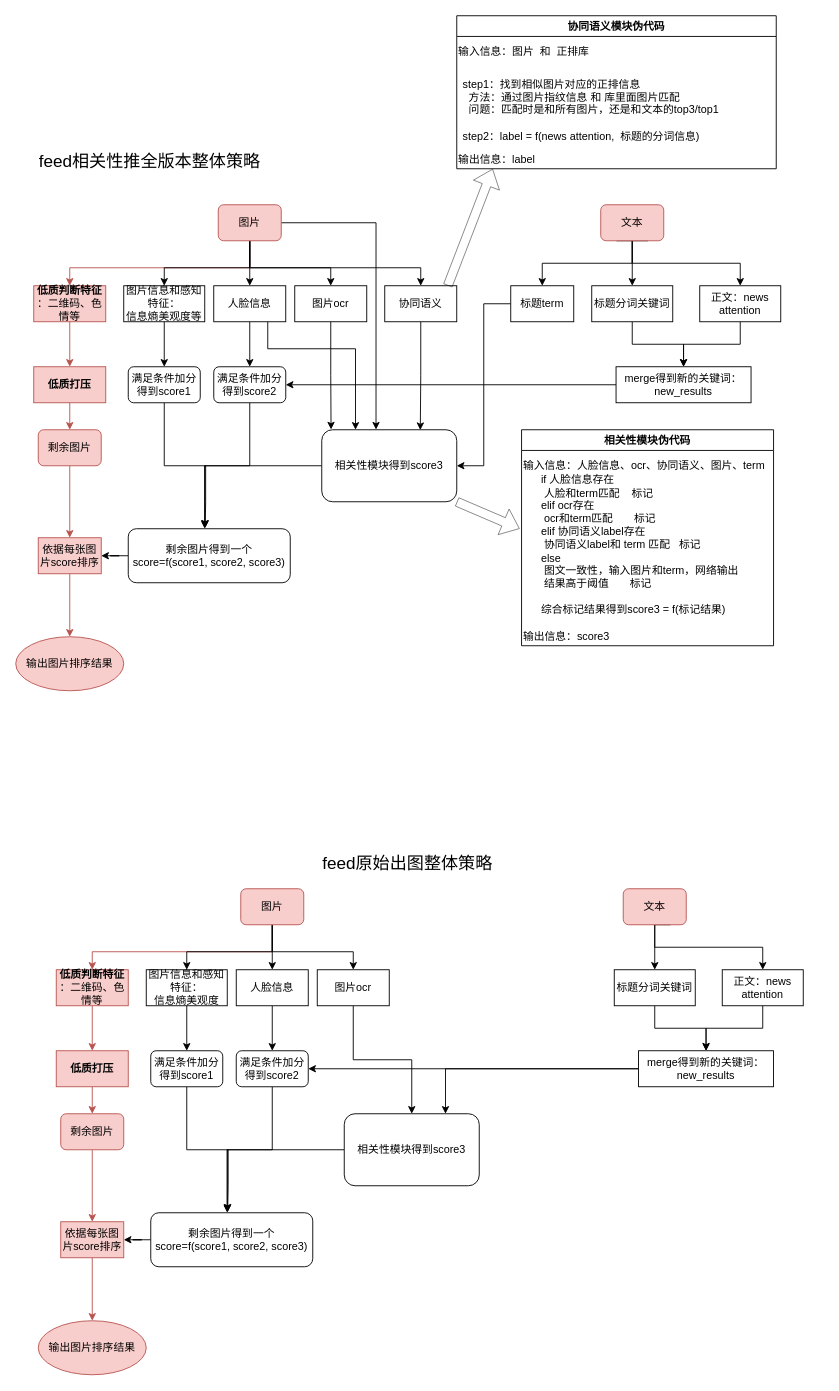
Above: feed出图.drawio in 2018liuyan/one (draw.io), before the change. Source tidied: cells renumbered, new cells numbered last; positions are measured from the earlier drawing's top-left corner, leaving out a move shared by most shapes. Both pictures are drawn from the tidied source at 90%, with x=0, y=0 at pixel (15, 15).
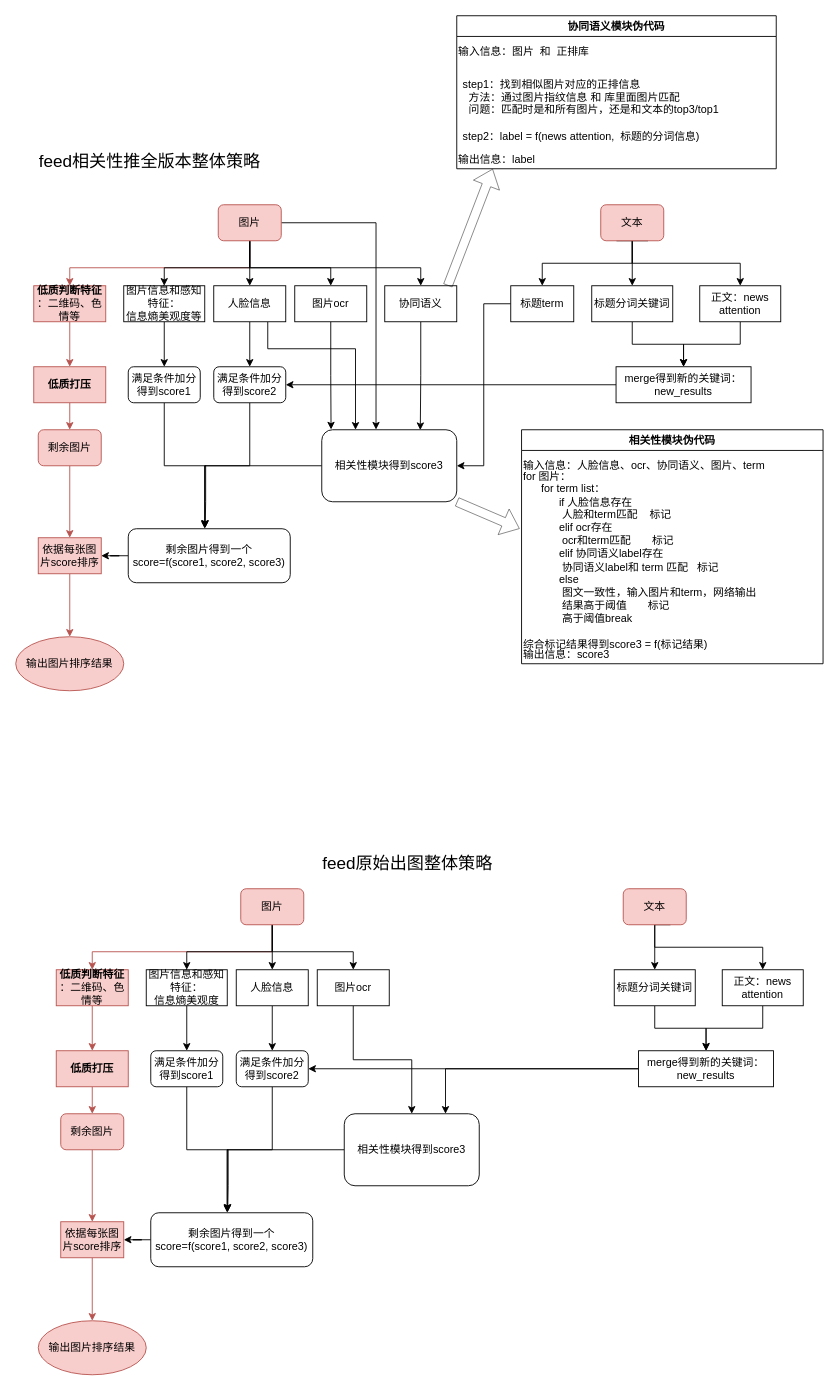
Above is the later version.

The edit, as a diff of the source:
```diff
@@
     <mxCell id="48" value="相关性模块伪代码" style="swimlane;align=center;" parent="1" vertex="1">
-      <mxGeometry x="562" y="460" width="280" height="240" as="geometry" />
+      <mxGeometry x="562" y="460" width="335" height="260" as="geometry" />
     </mxCell>
-    <mxCell id="49" value="if 人脸信息存在&lt;br&gt;&lt;span style=&quot;white-space: pre&quot;&gt; &lt;/span&gt;人脸和term匹配&amp;nbsp; &amp;nbsp; 标记&lt;br&gt;elif ocr存在&lt;br&gt;&lt;span style=&quot;white-space: pre&quot;&gt; &lt;/span&gt;ocr和term匹配&amp;nbsp; &amp;nbsp; &amp;nbsp; &amp;nbsp;标记&lt;br&gt;elif 协同语义label存在&lt;br&gt;&lt;span style=&quot;white-space: pre&quot;&gt; &lt;/span&gt;协同语义label和 term 匹配&amp;nbsp; &amp;nbsp;标记&lt;br&gt;else&lt;br&gt;&lt;span style=&quot;white-space: pre&quot;&gt; &lt;/span&gt;图文一致性，输入图片和term，网络输出&lt;br&gt;&lt;span style=&quot;white-space: pre&quot;&gt; &lt;/span&gt;结果高于阈值&amp;nbsp; &amp;nbsp; &amp;nbsp; &amp;nbsp;标记&lt;br&gt;&lt;br&gt;综合标记结果得到score3 = f(标记结果)&lt;br&gt;&amp;nbsp;&amp;nbsp;" style="text;html=1;align=left;verticalAlign=middle;strokeColor=none;fillColor=none;" parent="48" vertex="1">
-      <mxGeometry x="20" y="50" width="260" height="170" as="geometry" />
+    <mxCell id="49" value="for 图片：&lt;br&gt;&lt;span&gt;&lt;/span&gt;&amp;nbsp; &amp;nbsp; &amp;nbsp; for term list：&lt;br&gt;&lt;blockquote style=&quot;margin: 0 0 0 40px ; border: none ; padding: 0px&quot;&gt;if 人脸信息存在&lt;br&gt;&lt;span&gt; &lt;span&gt; &lt;/span&gt;&lt;/span&gt;&lt;span style=&quot;white-space: pre&quot;&gt; &lt;/span&gt;人脸和term匹配&amp;nbsp; &amp;nbsp; 标记&lt;br&gt;elif ocr存在&lt;br&gt;&lt;span&gt; &lt;span&gt; &lt;/span&gt;&lt;/span&gt;&lt;span style=&quot;white-space: pre&quot;&gt; &lt;/span&gt;ocr和term匹配&amp;nbsp; &amp;nbsp; &amp;nbsp; &amp;nbsp;标记&lt;br&gt;elif 协同语义label存在&lt;br&gt;&lt;span&gt; &lt;span&gt; &lt;/span&gt;&lt;/span&gt;&lt;span style=&quot;white-space: pre&quot;&gt; &lt;/span&gt;协同语义label和 term 匹配&amp;nbsp; &amp;nbsp;标记&lt;br&gt;else&lt;/blockquote&gt;&lt;blockquote style=&quot;margin: 0 0 0 40px ; border: none ; padding: 0px&quot;&gt;&lt;span&gt;&lt;span style=&quot;white-space: pre&quot;&gt; &lt;/span&gt;图文一致性，输入图片和term，网络输出&lt;/span&gt;&lt;/blockquote&gt;&lt;blockquote style=&quot;margin: 0 0 0 40px ; border: none ; padding: 0px&quot;&gt;&lt;span&gt;&lt;span style=&quot;white-space: pre&quot;&gt; &lt;/span&gt;结果高于阈值&amp;nbsp; &amp;nbsp; &amp;nbsp; &amp;nbsp;标记&lt;/span&gt;&lt;/blockquote&gt;&lt;blockquote style=&quot;margin: 0 0 0 40px ; border: none ; padding: 0px&quot;&gt;&lt;span&gt;&lt;span style=&quot;white-space: pre&quot;&gt; &lt;/span&gt;高于阈值break&lt;br&gt;&lt;/span&gt;&lt;/blockquote&gt;&lt;blockquote style=&quot;margin: 0 0 0 40px ; border: none ; padding: 0px&quot;&gt;&lt;blockquote style=&quot;margin: 0 0 0 40px ; border: none ; padding: 0px&quot;&gt;&lt;br&gt;&lt;/blockquote&gt;&lt;blockquote style=&quot;margin: 0 0 0 40px ; border: none ; padding: 0px&quot;&gt;&lt;/blockquote&gt;&lt;/blockquote&gt;综合标记结果得到score3 = f(标记结果)" style="text;html=1;align=left;verticalAlign=middle;strokeColor=none;fillColor=none;" parent="48" vertex="1">
+      <mxGeometry y="45" width="300" height="200" as="geometry" />
     </mxCell>
@@
     <mxCell id="51" value="输出信息：score3" style="text;html=1;align=left;verticalAlign=middle;strokeColor=none;fillColor=none;" parent="48" vertex="1">
-      <mxGeometry y="220" width="110" height="20" as="geometry" />
+      <mxGeometry y="240" width="110" height="20" as="geometry" />
     </mxCell>
```
